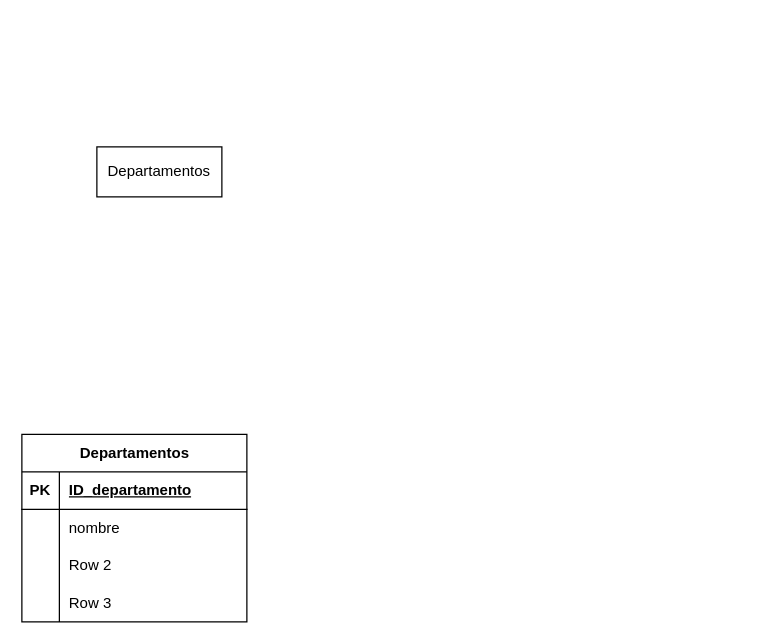
This is Diagrama sin título.drawio from mdmdb21/ttema_astro, a draw.io file, before an edit. Source tidied: cells renumbered, new cells numbered last; positions are measured from the earlier drawing's top-left corner, leaving out a move shared by most shapes. Both pictures are drawn from the tidied source at 125%, with x=0, y=0 at pixel (21, 146).
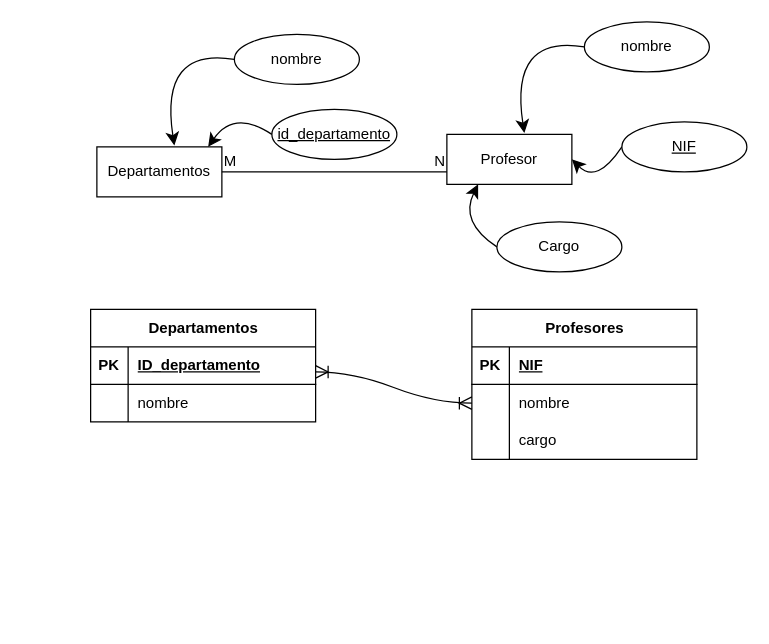
The same page after the edit.

The change refers to these unchanged cells:
```xml
<mxCell id="2" value="Departamentos" style="whiteSpace=wrap;html=1;align=center;" parent="1" vertex="1">
  <mxGeometry x="60" width="100" height="40" as="geometry" />
</mxCell>
```

Diff of the diagram source:
```diff
@@
     <mxCell id="3" value="Departamentos" style="shape=table;startSize=30;childLayout=tableLayout;rowLines=0;fontStyle=1;align=center;html=1;" parent="1" vertex="1">
-      <mxGeometry y="230" width="180" height="150" as="geometry" />
+      <mxGeometry x="55" y="130" width="180" height="90" as="geometry" />
     </mxCell>
@@
+    <mxCell id="16" value="nombre" style="ellipse;whiteSpace=wrap;html=1;align=center;" parent="1" vertex="1">
+      <mxGeometry x="170" y="-90" width="100" height="40" as="geometry" />
+    </mxCell>
+    <mxCell id="17" style="edgeStyle=none;curved=1;rounded=0;jettySize=auto;html=1;exitX=0;exitY=0.5;exitDx=0;exitDy=0;entryX=0.62;entryY=-0.025;entryDx=0;entryDy=0;entryPerimeter=0;fontSize=12;startSize=8;endSize=8;" parent="1" edge="1" source="16" target="2">
+      <mxGeometry relative="1" as="geometry">
+        <Array as="points">
+          <mxPoint x="110" y="-80" />
+        </Array>
+      </mxGeometry>
+    </mxCell>
+    <mxCell id="18" style="edgeStyle=none;curved=1;rounded=0;jettySize=auto;html=1;exitX=0;exitY=0.5;exitDx=0;exitDy=0;entryX=0.89;entryY=0;entryDx=0;entryDy=0;fontSize=12;startSize=8;endSize=8;entryPerimeter=0;" parent="1" edge="1" source="19" target="2">
+      <mxGeometry relative="1" as="geometry">
+        <Array as="points">
+          <mxPoint x="170" y="-30" />
+        </Array>
+      </mxGeometry>
+    </mxCell>
+    <mxCell id="19" value="id_departamento" style="ellipse;whiteSpace=wrap;html=1;align=center;fontStyle=4;" parent="1" vertex="1">
+      <mxGeometry x="200" y="-30" width="100" height="40" as="geometry" />
+    </mxCell>
+    <mxCell id="20" value="Profesores" style="shape=table;startSize=30;childLayout=tableLayout;rowLines=0;fontStyle=1;align=center;html=1;" parent="1" vertex="1">
+      <mxGeometry x="360" y="130" width="180" height="120" as="geometry" />
+    </mxCell>
+    <mxCell id="21" style="shape=tableRow;horizontal=0;startSize=0;swimlaneHead=0;swimlaneBody=0;fillColor=none;top=0;left=0;right=0;bottom=1;" parent="20" vertex="1">
+      <mxGeometry y="30" width="180" height="30" as="geometry" />
+    </mxCell>
+    <mxCell id="22" value="PK" style="shape=partialRectangle;fillColor=none;top=0;left=0;bottom=0;right=0;fontStyle=1;overflow=hidden;whiteSpace=wrap;html=1;" parent="21" vertex="1">
+      <mxGeometry width="30" height="30" as="geometry" />
+    </mxCell>
+    <mxCell id="23" value="NIF" style="shape=partialRectangle;fillColor=none;top=0;left=0;bottom=0;right=0;align=left;spacingLeft=6;fontStyle=5;overflow=hidden;whiteSpace=wrap;html=1;" parent="21" vertex="1">
+      <mxGeometry x="30" width="150" height="30" as="geometry" />
+    </mxCell>
+    <mxCell id="24" style="shape=tableRow;horizontal=0;startSize=0;swimlaneHead=0;swimlaneBody=0;fillColor=none;points=[[0,0.5],[1,0.5]];portConstraint=eastwest;top=0;left=0;right=0;bottom=0;" parent="20" vertex="1">
+      <mxGeometry y="60" width="180" height="30" as="geometry" />
+    </mxCell>
+    <mxCell id="25" style="shape=partialRectangle;fillColor=none;top=0;left=0;bottom=0;right=0;overflow=hidden;whiteSpace=wrap;html=1;" parent="24" vertex="1">
+      <mxGeometry width="30" height="30" as="geometry" />
+    </mxCell>
+    <mxCell id="26" value="nombre" style="shape=partialRectangle;fillColor=none;top=0;left=0;bottom=0;right=0;align=left;spacingLeft=6;overflow=hidden;whiteSpace=wrap;html=1;" parent="24" vertex="1">
+      <mxGeometry x="30" width="150" height="30" as="geometry" />
+    </mxCell>
-    <mxCell id="10" style="shape=tableRow;horizontal=0;startSize=0;swimlaneHead=0;swimlaneBody=0;fillColor=none;top=0;left=0;right=0;bottom=0;" parent="3" vertex="1">
+    <mxCell id="10" style="shape=tableRow;horizontal=0;startSize=0;swimlaneHead=0;swimlaneBody=0;fillColor=none;top=0;left=0;right=0;bottom=0;" parent="20" vertex="1">
       <mxGeometry y="90" width="180" height="30" as="geometry" />
     </mxCell>
-    <mxCell id="11" style="shape=partialRectangle;fillColor=none;top=0;left=0;bottom=0;right=0;overflow=hidden;whiteSpace=wrap;html=1;" parent="10" vertex="1">
-      <mxGeometry width="30" height="30" as="geometry" />
-    </mxCell>
-    <mxCell id="12" value="Row 2" style="shape=partialRectangle;fillColor=none;top=0;left=0;bottom=0;right=0;align=left;spacingLeft=6;overflow=hidden;whiteSpace=wrap;html=1;" parent="10" vertex="1">
-      <mxGeometry x="30" width="150" height="30" as="geometry" />
-    </mxCell>
-    <mxCell id="13" style="shape=tableRow;horizontal=0;startSize=0;swimlaneHead=0;swimlaneBody=0;fillColor=none;top=0;left=0;right=0;bottom=0;" parent="3" vertex="1">
-      <mxGeometry y="120" width="180" height="30" as="geometry" />
-    </mxCell>
-    <mxCell id="14" style="shape=partialRectangle;fillColor=none;top=0;left=0;bottom=0;right=0;overflow=hidden;whiteSpace=wrap;html=1;" parent="13" vertex="1">
-      <mxGeometry width="30" height="30" as="geometry" />
-    </mxCell>
-    <mxCell id="15" value="Row 3" style="shape=partialRectangle;fillColor=none;top=0;left=0;bottom=0;right=0;align=left;spacingLeft=6;overflow=hidden;whiteSpace=wrap;html=1;" parent="13" vertex="1">
-      <mxGeometry x="30" width="150" height="30" as="geometry" />
-    </mxCell>
+    <mxCell id="27" style="shape=partialRectangle;fillColor=none;top=0;left=0;bottom=0;right=0;overflow=hidden;whiteSpace=wrap;html=1;" parent="10" vertex="1">
+      <mxGeometry width="30" height="30" as="geometry" />
+    </mxCell>
+    <mxCell id="28" value="cargo" style="shape=partialRectangle;fillColor=none;top=0;left=0;bottom=0;right=0;align=left;spacingLeft=6;overflow=hidden;whiteSpace=wrap;html=1;" parent="10" vertex="1">
+      <mxGeometry x="30" width="150" height="30" as="geometry" />
+    </mxCell>
+    <mxCell id="29" value="Profesor" style="whiteSpace=wrap;html=1;align=center;" parent="1" vertex="1">
+      <mxGeometry x="340" y="-10" width="100" height="40" as="geometry" />
+    </mxCell>
+    <mxCell id="30" value="nombre" style="ellipse;whiteSpace=wrap;html=1;align=center;" parent="1" vertex="1">
+      <mxGeometry x="450" y="-100" width="100" height="40" as="geometry" />
+    </mxCell>
+    <mxCell id="31" style="edgeStyle=none;curved=1;rounded=0;jettySize=auto;html=1;exitX=0;exitY=0.5;exitDx=0;exitDy=0;entryX=0.62;entryY=-0.025;entryDx=0;entryDy=0;entryPerimeter=0;fontSize=12;startSize=8;endSize=8;" parent="1" edge="1" source="30" target="29">
+      <mxGeometry relative="1" as="geometry">
+        <Array as="points">
+          <mxPoint x="390" y="-90" />
+        </Array>
+      </mxGeometry>
+    </mxCell>
+    <mxCell id="32" style="edgeStyle=none;curved=1;rounded=0;jettySize=auto;html=1;exitX=0;exitY=0.5;exitDx=0;exitDy=0;entryX=1;entryY=0.5;entryDx=0;entryDy=0;fontSize=12;startSize=8;endSize=8;" parent="1" edge="1" source="33" target="29">
+      <mxGeometry relative="1" as="geometry">
+        <Array as="points">
+          <mxPoint x="460" y="30" />
+        </Array>
+      </mxGeometry>
+    </mxCell>
+    <mxCell id="33" value="NIF" style="ellipse;whiteSpace=wrap;html=1;align=center;fontStyle=4;" parent="1" vertex="1">
+      <mxGeometry x="480" y="-20" width="100" height="40" as="geometry" />
+    </mxCell>
+    <mxCell id="34" value="Cargo" style="ellipse;whiteSpace=wrap;html=1;align=center;" parent="1" vertex="1">
+      <mxGeometry x="380" y="60" width="100" height="40" as="geometry" />
+    </mxCell>
+    <mxCell id="35" style="edgeStyle=none;curved=1;rounded=0;jettySize=auto;html=1;exitX=0;exitY=0.5;exitDx=0;exitDy=0;entryX=0.25;entryY=1;entryDx=0;entryDy=0;fontSize=12;startSize=8;endSize=8;" parent="1" edge="1" source="34" target="29">
+      <mxGeometry relative="1" as="geometry">
+        <Array as="points">
+          <mxPoint x="350" y="60" />
+        </Array>
+      </mxGeometry>
+    </mxCell>
+    <mxCell id="36" style="edgeStyle=entityRelationEdgeStyle;fontSize=12;html=1;endArrow=ERoneToMany;startArrow=ERoneToMany;rounded=0;startSize=8;endSize=8;curved=1;entryX=0;entryY=0.5;entryDx=0;entryDy=0;" parent="1" edge="1" target="24">
+      <mxGeometry relative="1" as="geometry">
+        <mxPoint x="235" y="180" as="sourcePoint" />
+      </mxGeometry>
+    </mxCell>
+    <mxCell id="37" style="endArrow=none;html=1;rounded=0;fontSize=12;startSize=8;endSize=8;curved=1;entryX=0;entryY=1;entryDx=0;entryDy=0;exitX=1;exitY=0.75;exitDx=0;exitDy=0;" parent="1" edge="1">
+      <mxGeometry relative="1" as="geometry">
+        <mxPoint x="160" y="20" as="sourcePoint" />
+        <mxPoint x="340" y="20" as="targetPoint" />
+        <Array as="points">
+          <mxPoint x="250" y="20" />
+        </Array>
+      </mxGeometry>
+    </mxCell>
+    <mxCell id="38" value="M" style="html=1;whiteSpace=wrap;align=left;verticalAlign=bottom;" parent="37" vertex="1">
+      <mxGeometry x="-1" relative="1" as="geometry" />
+    </mxCell>
+    <mxCell id="39" value="N" style="html=1;whiteSpace=wrap;align=right;verticalAlign=bottom;" parent="37" vertex="1">
+      <mxGeometry x="1" relative="1" as="geometry" />
+    </mxCell>
```
